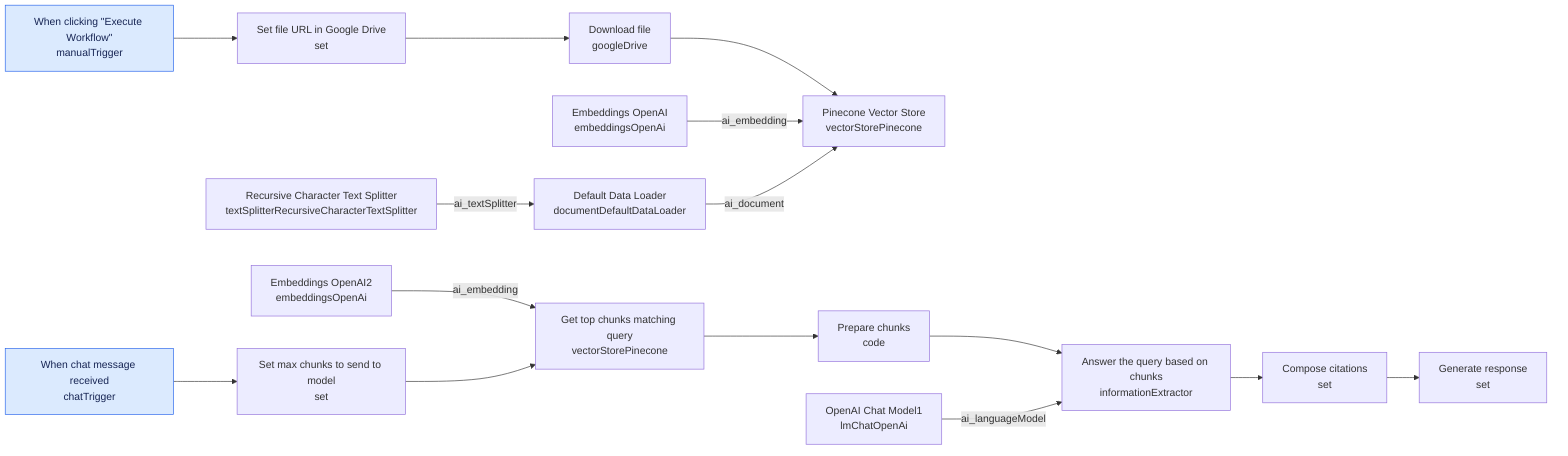
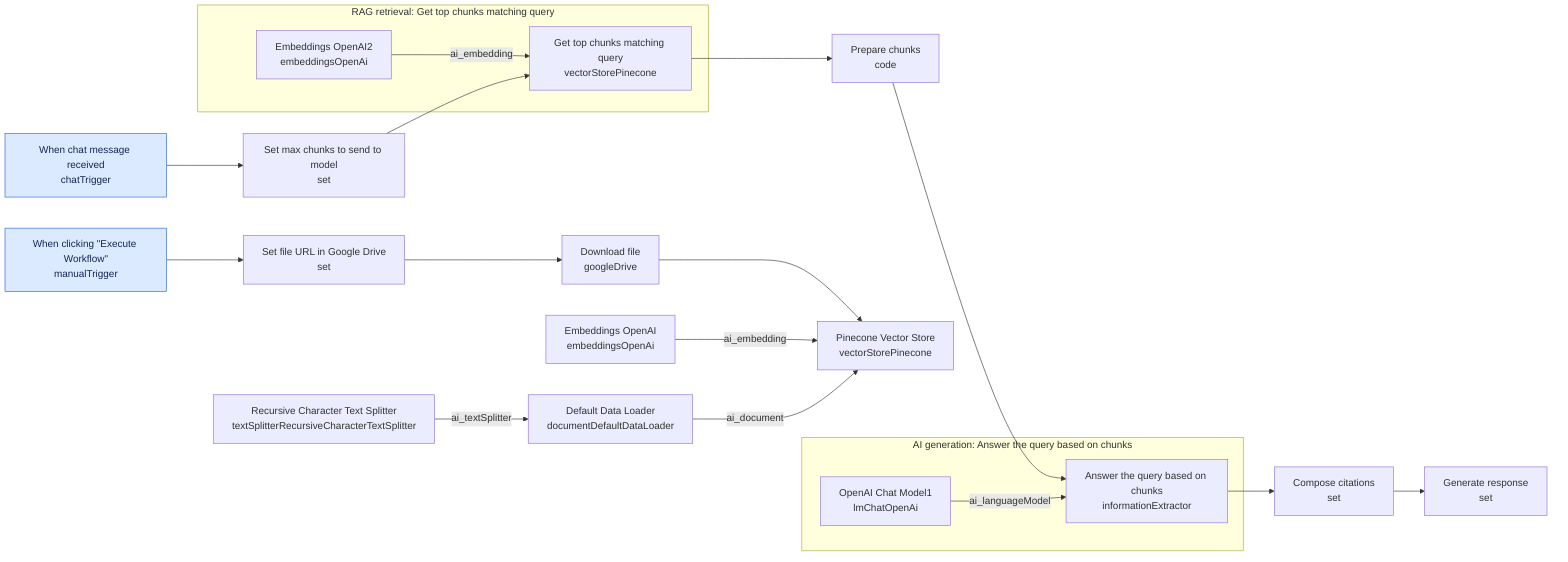
flowchart LR
+     subgraph rag_group_1["RAG retrieval: Get top chunks matching query"]
+         n8["Embeddings OpenAI2\nembeddingsOpenAi"]
+         n12["Get top chunks matching query\nvectorStorePinecone"]
+     end
+     subgraph generation_group_1["AI generation: Answer the query based on chunks"]
+         n4["OpenAI Chat Model1\nlmChatOpenAi"]
+         n14["Answer the query based on chunks\ninformationExtractor"]
+     end
    n1["When clicking &quot;Execute Workflow&quot;\nmanualTrigger"]
    n2["Pinecone Vector Store\nvectorStorePinecone"]
    n3["When chat message received\nchatTrigger"]
-     n4["OpenAI Chat Model1\nlmChatOpenAi"]
    n5["Set file URL in Google Drive\nset"]
    n6["Download file\ngoogleDrive"]
    n7["Default Data Loader\ndocumentDefaultDataLoader"]
-     n8["Embeddings OpenAI2\nembeddingsOpenAi"]
    n9["Embeddings OpenAI\nembeddingsOpenAi"]
    n10["Recursive Character Text Splitter\ntextSplitterRecursiveCharacterTextSplitter"]
    n11["Set max chunks to send to model\nset"]
-     n12["Get top chunks matching query\nvectorStorePinecone"]
    n13["Prepare chunks\ncode"]
-     n14["Answer the query based on chunks\ninformationExtractor"]
    n15["Compose citations\nset"]
    n16["Generate response\nset"]
    n6 --> n2
    n13 --> n14
    n15 --> n16
    n9 -->|ai_embedding| n2
    n8 -->|ai_embedding| n12
    n4 -->|ai_languageModel| n14
    n7 -->|ai_document| n2
    n3 --> n11
    n5 --> n6
    n12 --> n13
    n11 --> n12
    n14 --> n15
    n1 --> n5
    n10 -->|ai_textSplitter| n7
    class n1,n3 trigger
    classDef trigger fill:#dbeafe,stroke:#2563eb,color:#172554
